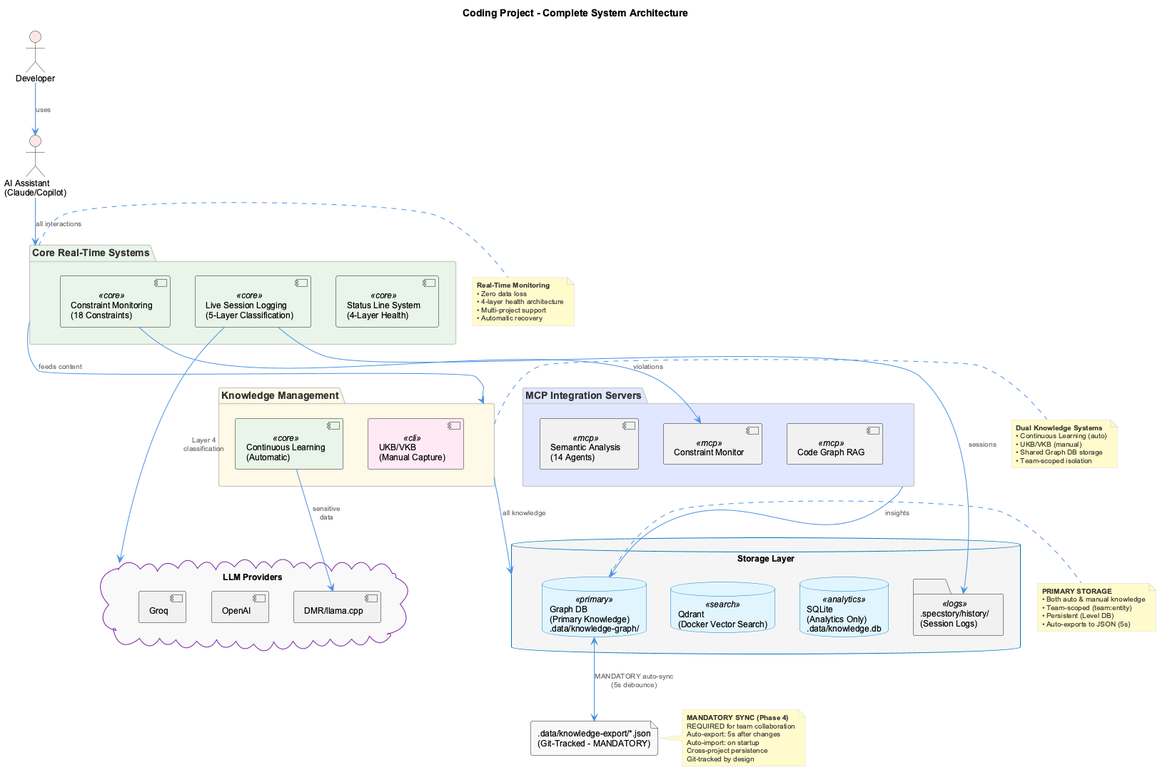
Before: docs/images/complete-system-overview.png, a diagram exported from PlantUML (fwornle/coding). Its diagram source:
```plantuml
@startuml
!include _standard-style.puml

title Coding Project - Complete System Architecture

top to bottom direction

actor "Developer" as dev #FFE6E6
actor "AI Assistant\n(Claude/Copilot)" as ai #FFE6E6

dev -down-> ai : uses

package "Core Real-Time Systems" as realtime #E8F5E8 {
  component "Live Session Logging\n(5-Layer Classification)" as lsl <<core>>
  component "Constraint Monitoring\n(18 Constraints)" as constraints <<core>>
  component "Status Line System\n(4-Layer Health)" as status <<core>>
}

ai -down-> realtime : all interactions

package "Knowledge Management" as km #FFF9E6 {
  component "Continuous Learning\n(Automatic)" as learning <<core>>
  component "UKB/VKB\n(Manual Capture)" as ukb <<cli>>
}

realtime -down-> km : feeds content

cloud "LLM Providers" as llm_providers #F8F8F8 {
  [Groq] as groq
  [OpenAI] as openai
  [DMR/llama.cpp] as localllm
}

lsl -down-> llm_providers : Layer 4\nclassification
learning -down-> localllm : sensitive\ndata

package "MCP Integration Servers" as mcp #E0E7FF {
  [Semantic Analysis\n(14 Agents)] as semantic <<mcp>>
  [Constraint Monitor] as mcp_constraint <<mcp>>
  [Code Graph RAG] as code_graph <<mcp>>
}

constraints -down-> mcp_constraint : violations

database "Storage Layer" as storage #F5F5F5 {
  database "Graph DB\n(Primary Knowledge)\n.data/knowledge-graph/" as graphdb <<primary>>
  database "Qdrant\n(Docker Vector Search)" as qdrant <<search>>
  database "SQLite\n(Analytics Only)\n.data/knowledge.db" as sqlite <<analytics>>
  folder ".specstory/history/\n(Session Logs)" as lsl_logs <<logs>>
}

file ".data/knowledge-export/*.json\n(Git-Tracked - MANDATORY)" as json #F9F9F9

km -down-> storage : all knowledge
lsl -down-> lsl_logs : sessions
mcp -down-> graphdb : insights
graphdb <-down-> json : MANDATORY auto-sync\n(5s debounce)

note right of realtime
  **Real-Time Monitoring**
  • Zero data loss
  • 4-layer health architecture
  • Multi-project support
  • Automatic recovery
end note

note right of km
  **Dual Knowledge Systems**
  • Continuous Learning (auto)
  • UKB/VKB (manual)
  • Shared Graph DB storage
  • Team-scoped isolation
end note

note right of graphdb
  **PRIMARY STORAGE**
  • Both auto & manual knowledge
  • Team-scoped (team:entity)
  • Persistent (Level DB)
  • Auto-exports to JSON (5s)
end note

note right of json
  **MANDATORY SYNC (Phase 4)**
  REQUIRED for team collaboration
  Auto-export: 5s after changes
  Auto-import: on startup
  Cross-project persistence
  Git-tracked by design
end note

@enduml
```
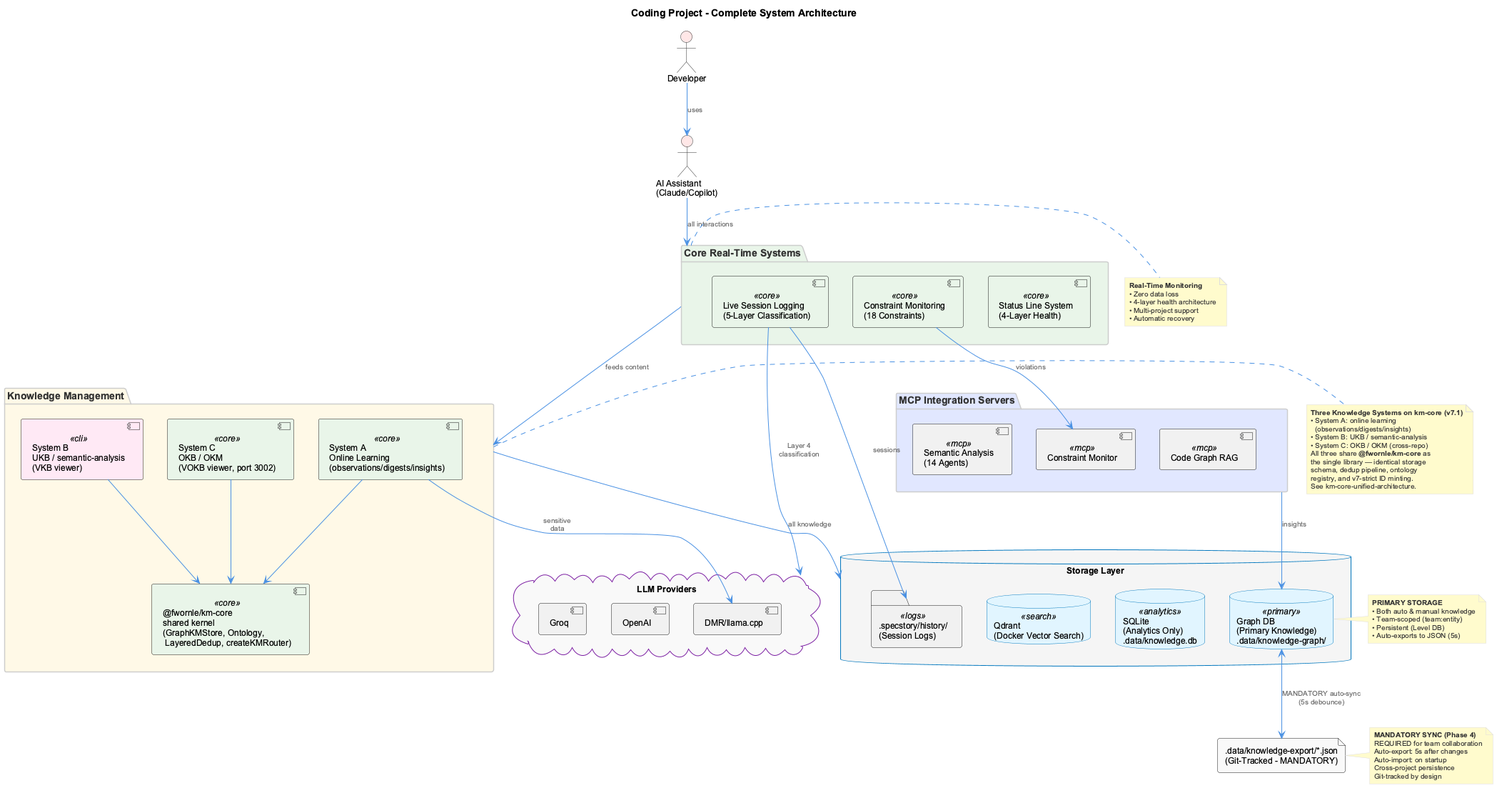
The same file after the commit.

Diff of the diagram source:
```diff
@@ -19,8 +19,14 @@
 ai -down-> realtime : all interactions
 
 package "Knowledge Management" as km #FFF9E6 {
-  component "Continuous Learning\n(Automatic)" as learning <<core>>
-  component "UKB/VKB\n(Manual Capture)" as ukb <<cli>>
+  component "System A\nOnline Learning\n(observations/digests/insights)" as learning <<core>>
+  component "System B\nUKB / semantic-analysis\n(VKB viewer)" as ukb <<cli>>
+  component "System C\nOKB / OKM\n(VOKB viewer, port 3002)" as okb <<core>>
+  component "@fwornle/km-core\nshared kernel\n(GraphKMStore, Ontology,\n LayeredDedup, createKMRouter)" as kmcore <<core>>
+
+  learning --> kmcore
+  ukb --> kmcore
+  okb --> kmcore
 }
 
 realtime -down-> km : feeds content
@@ -65,11 +71,16 @@
 end note
 
 note right of km
-  **Dual Knowledge Systems**
-  • Continuous Learning (auto)
-  • UKB/VKB (manual)
-  • Shared Graph DB storage
-  • Team-scoped isolation
+  **Three Knowledge Systems on km-core (v7.1)**
+  • System A: online learning
+    (observations/digests/insights)
+  • System B: UKB / semantic-analysis
+  • System C: OKB / OKM (cross-repo)
+  All three share **@fwornle/km-core** as
+  the single library — identical storage
+  schema, dedup pipeline, ontology
+  registry, and v7-strict ID minting.
+  See km-core-unified-architecture.
 end note
 
 note right of graphdb
```
